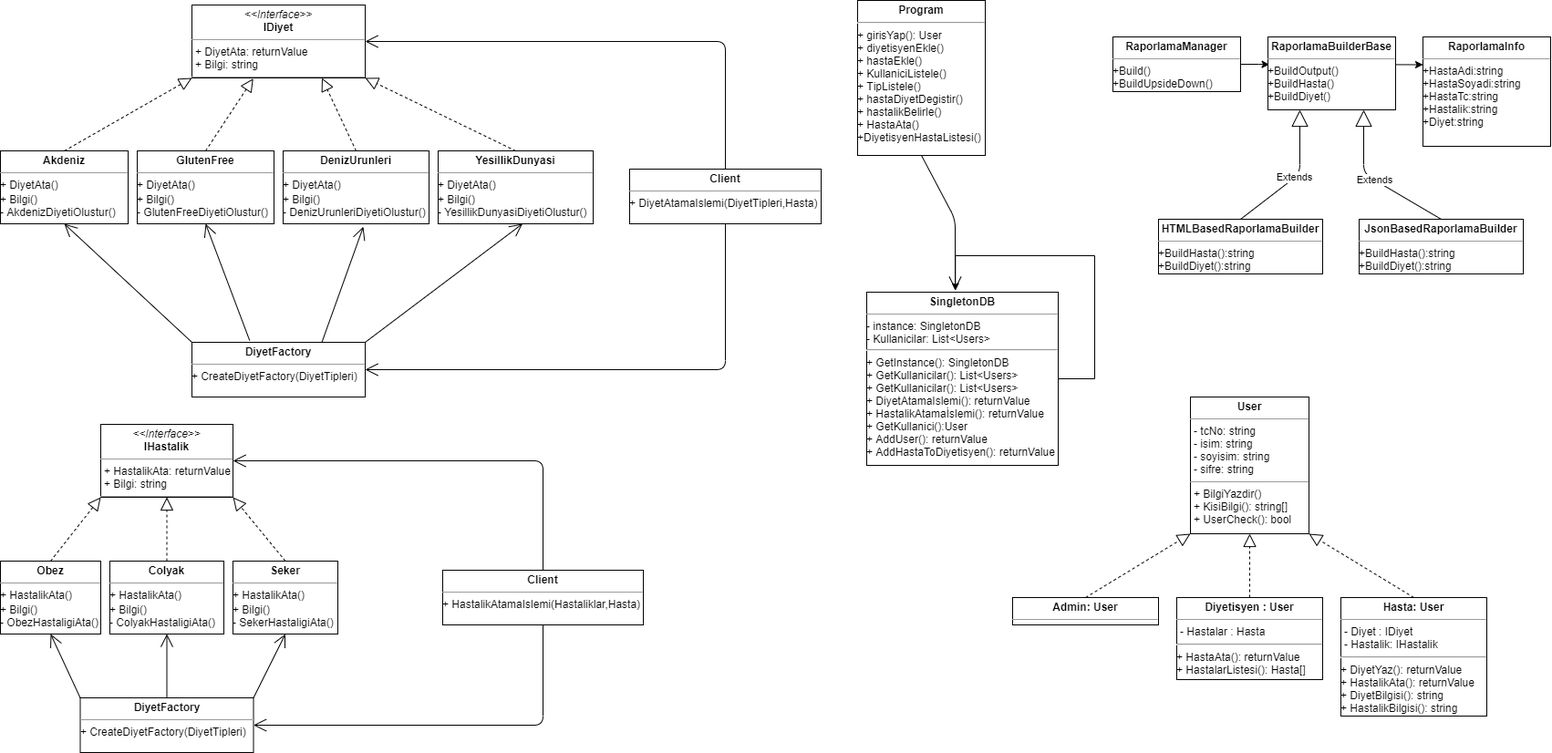
Earlier version of the draw.io export diagram.png (YZMDiyetisyen/UML). Source tidied: cells renumbered, new cells last; positions are measured from the earlier drawing's top-left corner, leaving out a move shared by most shapes.
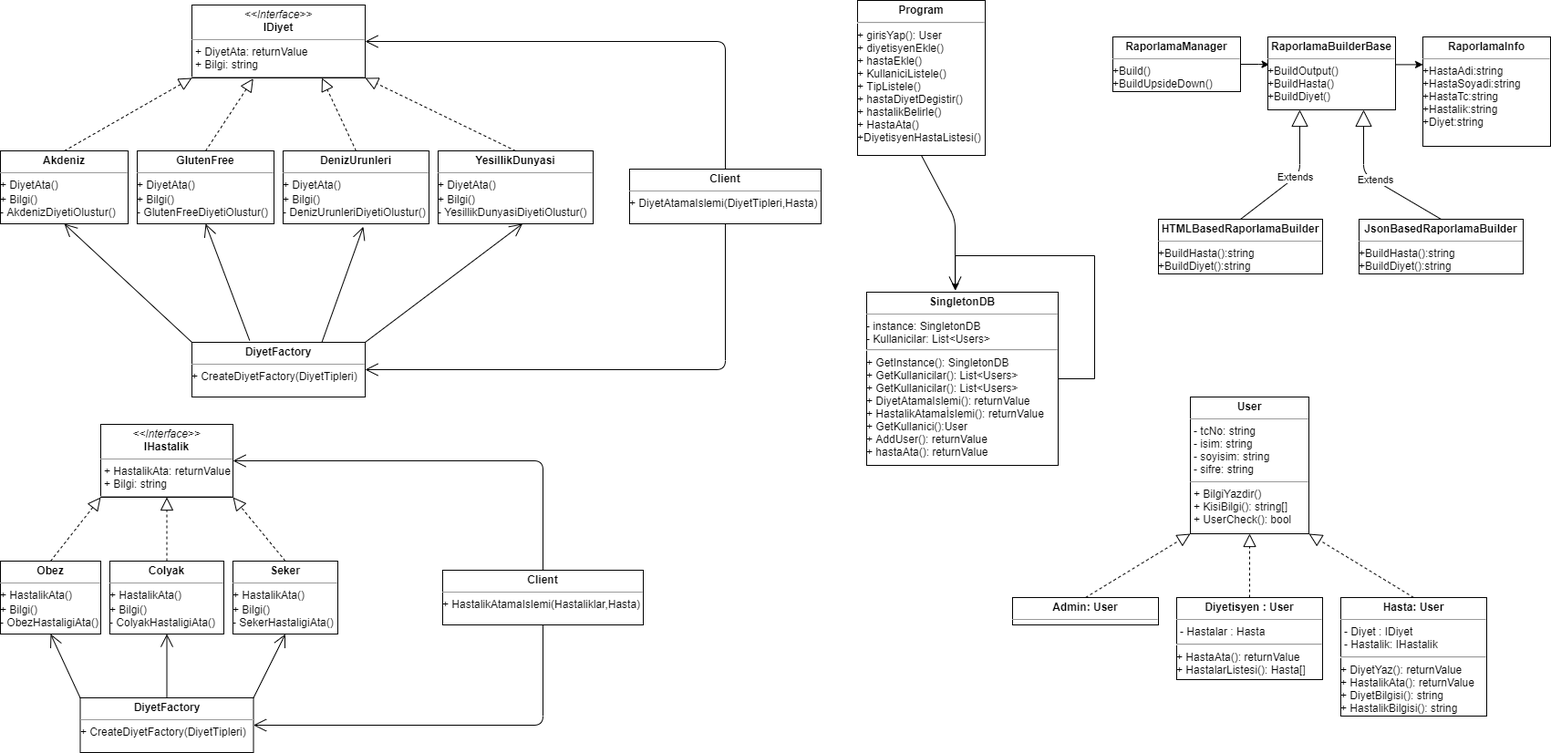
After the change.

The edit, as a diff of the source:
```diff
@@ -141,7 +141,7 @@
         </Array>
       </mxGeometry>
     </mxCell>
-    <mxCell id="41" value="&lt;p style=&quot;margin: 0px ; margin-top: 4px ; text-align: center&quot;&gt;&lt;b&gt;SingletonDB&lt;/b&gt;&lt;/p&gt;&lt;hr size=&quot;1&quot;&gt;&lt;div style=&quot;height: 2px&quot;&gt;- instance: SingletonDB&lt;br&gt;- Kullanicilar: List&amp;lt;Users&amp;gt;&lt;/div&gt;&lt;div style=&quot;height: 2px&quot;&gt;&lt;br&gt;&lt;/div&gt;&lt;div style=&quot;height: 2px&quot;&gt;&lt;br&gt;&lt;/div&gt;&lt;div style=&quot;height: 2px&quot;&gt;&lt;br&gt;&lt;/div&gt;&lt;div style=&quot;height: 2px&quot;&gt;&lt;br&gt;&lt;/div&gt;&lt;div style=&quot;height: 2px&quot;&gt;&lt;br&gt;&lt;/div&gt;&lt;br&gt;&lt;hr&gt;+ GetInstance(): SingletonDB&lt;br&gt;+ GetKullanicilar(): List&amp;lt;Users&amp;gt;&lt;br&gt;+ GetKullanicilar(): List&amp;lt;Users&amp;gt;&lt;br&gt;+ DiyetAtamaIslemi(): returnValue&lt;br&gt;+ HastalikAtamaİslemi(): returnValue&lt;br&gt;+ GetKullanici():User&lt;br&gt;+ AddUser(): returnValue&lt;br&gt;+ AddHastaToDiyetisyen(): returnValue" style="verticalAlign=top;align=left;overflow=fill;fontSize=12;fontFamily=Helvetica;html=1;" parent="1" vertex="1">
+    <mxCell id="41" value="&lt;p style=&quot;margin: 0px ; margin-top: 4px ; text-align: center&quot;&gt;&lt;b&gt;SingletonDB&lt;/b&gt;&lt;/p&gt;&lt;hr size=&quot;1&quot;&gt;&lt;div style=&quot;height: 2px&quot;&gt;- instance: SingletonDB&lt;br&gt;- Kullanicilar: List&amp;lt;Users&amp;gt;&lt;/div&gt;&lt;div style=&quot;height: 2px&quot;&gt;&lt;br&gt;&lt;/div&gt;&lt;div style=&quot;height: 2px&quot;&gt;&lt;br&gt;&lt;/div&gt;&lt;div style=&quot;height: 2px&quot;&gt;&lt;br&gt;&lt;/div&gt;&lt;div style=&quot;height: 2px&quot;&gt;&lt;br&gt;&lt;/div&gt;&lt;div style=&quot;height: 2px&quot;&gt;&lt;br&gt;&lt;/div&gt;&lt;br&gt;&lt;hr&gt;+ GetInstance(): SingletonDB&lt;br&gt;+ GetKullanicilar(): List&amp;lt;Users&amp;gt;&lt;br&gt;+ GetKullanicilar(): List&amp;lt;Users&amp;gt;&lt;br&gt;+ DiyetAtamaIslemi(): returnValue&lt;br&gt;+ HastalikAtamaİslemi(): returnValue&lt;br&gt;+ GetKullanici():User&lt;br&gt;+ AddUser(): returnValue&lt;br&gt;+ hastaAta(): returnValue" style="verticalAlign=top;align=left;overflow=fill;fontSize=12;fontFamily=Helvetica;html=1;" parent="1" vertex="1">
       <mxGeometry x="950" y="320" width="210" height="190" as="geometry" />
     </mxCell>
     <mxCell id="42" value="&lt;p style=&quot;margin: 0px ; margin-top: 4px ; text-align: center&quot;&gt;&lt;b&gt;Program&lt;/b&gt;&lt;/p&gt;&lt;hr&gt;+ girisYap(): User&lt;br&gt;+ diyetisyenEkle()&lt;br&gt;+ hastaEkle()&lt;br&gt;+ KullaniciListele()&lt;br&gt;+ TipListele()&lt;br&gt;+ hastaDiyetDegistir()&lt;br&gt;+ hastalikBelirle()&lt;br&gt;+ HastaAta()&lt;br&gt;+DiyetisyenHastaListesi()" style="verticalAlign=top;align=left;overflow=fill;fontSize=12;fontFamily=Helvetica;html=1;" parent="1" vertex="1">
```
